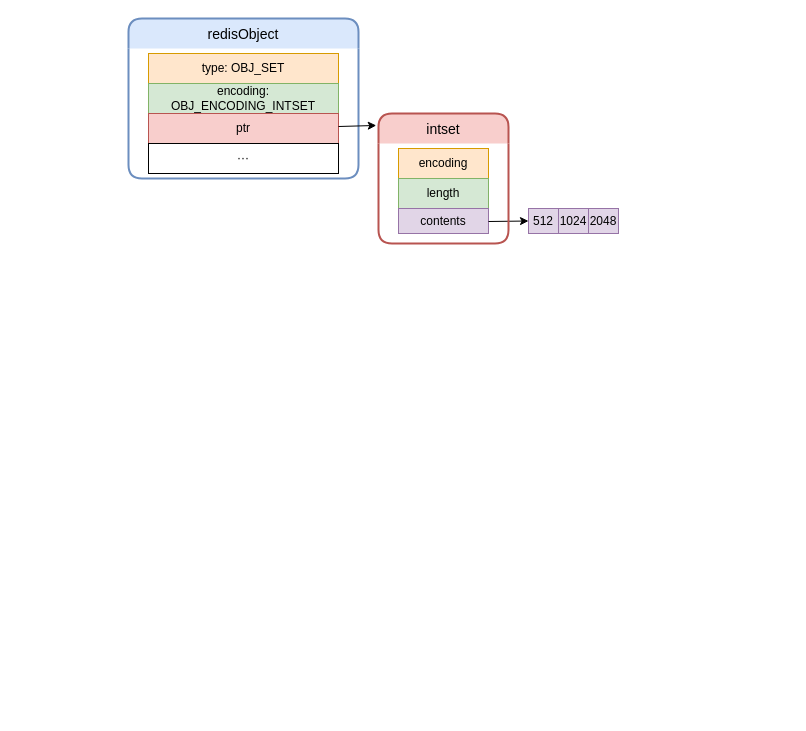
Before: redis_set.drawio in yang00-74/flowchart, a draw.io diagram. Source tidied: cells renumbered, new cells numbered last; positions are measured from the earlier drawing's top-left corner, leaving out a move shared by most shapes. Both pictures are drawn from the tidied source at 100%, with x=0, y=0 at pixel (128, 18).
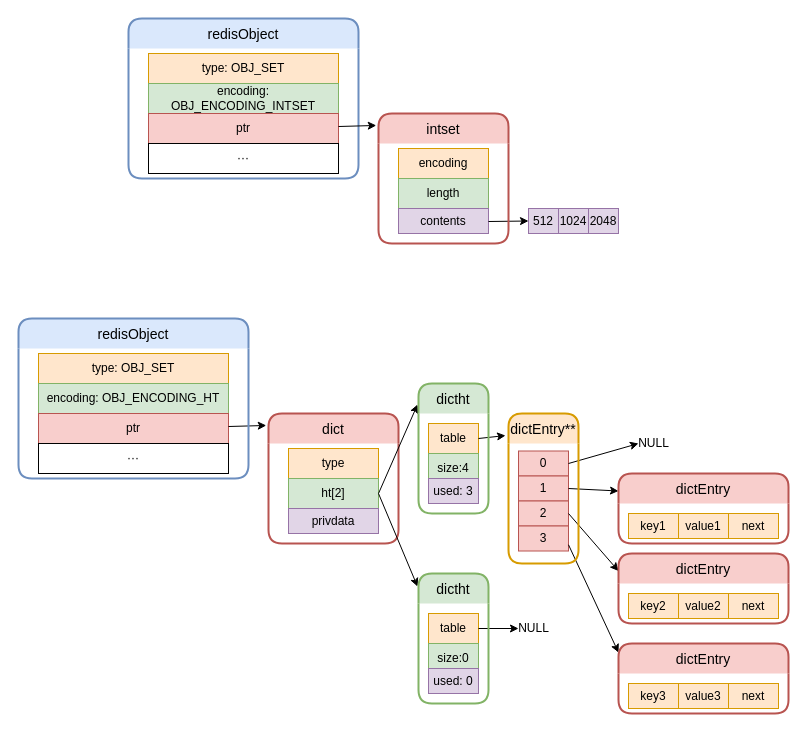
The same diagram, later.

What changed in the source:
```diff
@@
+    <mxCell id="16" value="type: OBJ_SET" style="whiteSpace=wrap;html=1;align=center;fillColor=#ffe6cc;strokeColor=#d79b00;" parent="1" vertex="1">
+      <mxGeometry x="-90" y="335" width="190" height="30" as="geometry" />
+    </mxCell>
+    <mxCell id="17" value="encoding: OBJ_ENCODING_HT" style="whiteSpace=wrap;html=1;align=center;fillColor=#d5e8d4;strokeColor=#82b366;" parent="1" vertex="1">
+      <mxGeometry x="-90" y="365" width="190" height="30" as="geometry" />
+    </mxCell>
+    <mxCell id="18" value="ptr" style="whiteSpace=wrap;html=1;align=center;fillColor=#f8cecc;strokeColor=#b85450;" parent="1" vertex="1">
+      <mxGeometry x="-90" y="395" width="190" height="30" as="geometry" />
+    </mxCell>
+    <mxCell id="19" value="···" style="whiteSpace=wrap;html=1;align=center;" parent="1" vertex="1">
+      <mxGeometry x="-90" y="425" width="190" height="30" as="geometry" />
+    </mxCell>
+    <mxCell id="20" style="endArrow=classic;html=1;entryX=-0.017;entryY=0.092;entryDx=0;entryDy=0;entryPerimeter=0;" parent="1" edge="1" target="35">
+      <mxGeometry relative="1" as="geometry">
+        <mxPoint x="100" y="408" as="sourcePoint" />
+      </mxGeometry>
+    </mxCell>
+    <mxCell id="21" value="type" style="whiteSpace=wrap;html=1;align=center;fillColor=#ffe6cc;strokeColor=#d79b00;" parent="1" vertex="1">
+      <mxGeometry x="160" y="430" width="90" height="30" as="geometry" />
+    </mxCell>
+    <mxCell id="22" value="ht[2]" style="whiteSpace=wrap;html=1;align=center;fillColor=#d5e8d4;strokeColor=#82b366;" parent="1" vertex="1">
+      <mxGeometry x="160" y="460" width="90" height="30" as="geometry" />
+    </mxCell>
+    <mxCell id="23" value="privdata" style="whiteSpace=wrap;html=1;align=center;fillColor=#e1d5e7;strokeColor=#9673a6;" parent="1" vertex="1">
+      <mxGeometry x="160" y="490" width="90" height="25" as="geometry" />
+    </mxCell>
+    <mxCell id="24" value="table" style="whiteSpace=wrap;html=1;align=center;fillColor=#ffe6cc;strokeColor=#d79b00;" parent="1" vertex="1">
+      <mxGeometry x="300" y="405" width="50" height="30" as="geometry" />
+    </mxCell>
+    <mxCell id="25" value="size:4" style="whiteSpace=wrap;html=1;align=center;fillColor=#d5e8d4;strokeColor=#82b366;" parent="1" vertex="1">
+      <mxGeometry x="300" y="435" width="50" height="30" as="geometry" />
+    </mxCell>
+    <mxCell id="26" value="used: 3" style="whiteSpace=wrap;html=1;align=center;fillColor=#e1d5e7;strokeColor=#9673a6;" parent="1" vertex="1">
+      <mxGeometry x="300" y="460" width="50" height="25" as="geometry" />
+    </mxCell>
+    <mxCell id="27" value="0" style="whiteSpace=wrap;html=1;align=center;fillColor=#f8cecc;strokeColor=#b85450;" parent="1" vertex="1">
+      <mxGeometry x="390" y="432.5" width="50" height="25" as="geometry" />
+    </mxCell>
+    <mxCell id="28" value="1" style="whiteSpace=wrap;html=1;align=center;fillColor=#f8cecc;strokeColor=#b85450;" parent="1" vertex="1">
+      <mxGeometry x="390" y="457.5" width="50" height="25" as="geometry" />
+    </mxCell>
+    <mxCell id="29" value="2" style="whiteSpace=wrap;html=1;align=center;fillColor=#f8cecc;strokeColor=#b85450;" parent="1" vertex="1">
+      <mxGeometry x="390" y="482.5" width="50" height="25" as="geometry" />
+    </mxCell>
+    <mxCell id="30" value="3" style="whiteSpace=wrap;html=1;align=center;fillColor=#f8cecc;strokeColor=#b85450;" parent="1" vertex="1">
+      <mxGeometry x="390" y="507.5" width="50" height="25" as="geometry" />
+    </mxCell>
+    <mxCell id="31" value="key1" style="whiteSpace=wrap;html=1;align=center;fillColor=#ffe6cc;strokeColor=#d79b00;" parent="1" vertex="1">
+      <mxGeometry x="500" y="495" width="50" height="25" as="geometry" />
+    </mxCell>
+    <mxCell id="32" value="value1" style="whiteSpace=wrap;html=1;align=center;fillColor=#ffe6cc;strokeColor=#d79b00;" parent="1" vertex="1">
+      <mxGeometry x="550" y="495" width="50" height="25" as="geometry" />
+    </mxCell>
+    <mxCell id="33" value="next" style="whiteSpace=wrap;html=1;align=center;fillColor=#ffe6cc;strokeColor=#d79b00;" parent="1" vertex="1">
+      <mxGeometry x="600" y="495" width="50" height="25" as="geometry" />
+    </mxCell>
+    <mxCell id="34" value="redisObject" style="swimlane;horizontal=1;startSize=30;rounded=1;fontSize=14;fontStyle=0;strokeWidth=2;shadow=0;dashed=0;align=center;swimlaneLine=0;fillColor=#dae8fc;strokeColor=#6c8ebf;" parent="1" vertex="1">
+      <mxGeometry x="-110" y="300" width="230" height="160" as="geometry" />
+    </mxCell>
+    <mxCell id="35" value="dict" style="swimlane;horizontal=1;startSize=30;rounded=1;fontSize=14;fontStyle=0;strokeWidth=2;shadow=0;dashed=0;align=center;swimlaneLine=0;fillColor=#f8cecc;strokeColor=#b85450;" parent="1" vertex="1">
+      <mxGeometry x="140" y="395" width="130" height="130" as="geometry" />
+    </mxCell>
+    <mxCell id="36" style="endArrow=classic;html=1;exitX=1;exitY=0.5;exitDx=0;exitDy=0;entryX=-0.014;entryY=0.162;entryDx=0;entryDy=0;entryPerimeter=0;" parent="1" edge="1" source="22" target="55">
+      <mxGeometry relative="1" as="geometry" />
+    </mxCell>
+    <mxCell id="37" value="table" style="whiteSpace=wrap;html=1;align=center;fillColor=#ffe6cc;strokeColor=#d79b00;" parent="1" vertex="1">
+      <mxGeometry x="300" y="595" width="50" height="30" as="geometry" />
+    </mxCell>
+    <mxCell id="38" value="size:0" style="whiteSpace=wrap;html=1;align=center;fillColor=#d5e8d4;strokeColor=#82b366;" parent="1" vertex="1">
+      <mxGeometry x="300" y="625" width="50" height="30" as="geometry" />
+    </mxCell>
+    <mxCell id="39" value="used: 0" style="whiteSpace=wrap;html=1;align=center;fillColor=#e1d5e7;strokeColor=#9673a6;" parent="1" vertex="1">
+      <mxGeometry x="300" y="650" width="50" height="25" as="geometry" />
+    </mxCell>
+    <mxCell id="40" style="endArrow=classic;html=1;exitX=1;exitY=0.5;exitDx=0;exitDy=0;entryX=-0.014;entryY=0.1;entryDx=0;entryDy=0;entryPerimeter=0;" parent="1" edge="1" source="22" target="56">
+      <mxGeometry relative="1" as="geometry" />
+    </mxCell>
+    <mxCell id="41" style="endArrow=classic;html=1;exitX=1;exitY=0.5;exitDx=0;exitDy=0;" parent="1" edge="1" source="37">
+      <mxGeometry relative="1" as="geometry">
+        <mxPoint x="390" y="610" as="targetPoint" />
+      </mxGeometry>
+    </mxCell>
+    <mxCell id="42" value="NULL" style="text;html=1;align=center;verticalAlign=middle;" parent="1" vertex="1">
+      <mxGeometry x="380" y="600" width="50" height="20" as="geometry" />
+    </mxCell>
+    <mxCell id="43" style="endArrow=classic;html=1;exitX=1;exitY=0.5;exitDx=0;exitDy=0;entryX=-0.043;entryY=0.147;entryDx=0;entryDy=0;entryPerimeter=0;" parent="1" edge="1" source="24" target="57">
+      <mxGeometry relative="1" as="geometry" />
+    </mxCell>
+    <mxCell id="44" style="endArrow=classic;html=1;exitX=1;exitY=0.5;exitDx=0;exitDy=0;entryX=0;entryY=0.25;entryDx=0;entryDy=0;" parent="1" edge="1" source="28" target="58">
+      <mxGeometry relative="1" as="geometry" />
+    </mxCell>
+    <mxCell id="45" style="endArrow=classic;html=1;exitX=1;exitY=0.5;exitDx=0;exitDy=0;" parent="1" edge="1" source="27">
+      <mxGeometry relative="1" as="geometry">
+        <mxPoint x="510" y="425" as="targetPoint" />
+      </mxGeometry>
+    </mxCell>
+    <mxCell id="46" value="NULL" style="text;html=1;align=center;verticalAlign=middle;" parent="1" vertex="1">
+      <mxGeometry x="500" y="415" width="50" height="20" as="geometry" />
+    </mxCell>
+    <mxCell id="47" value="key3" style="whiteSpace=wrap;html=1;align=center;fillColor=#ffe6cc;strokeColor=#d79b00;" parent="1" vertex="1">
+      <mxGeometry x="500" y="665" width="50" height="25" as="geometry" />
+    </mxCell>
+    <mxCell id="48" value="value3" style="whiteSpace=wrap;html=1;align=center;fillColor=#ffe6cc;strokeColor=#d79b00;" parent="1" vertex="1">
+      <mxGeometry x="550" y="665" width="50" height="25" as="geometry" />
+    </mxCell>
+    <mxCell id="49" value="next" style="whiteSpace=wrap;html=1;align=center;fillColor=#ffe6cc;strokeColor=#d79b00;" parent="1" vertex="1">
+      <mxGeometry x="600" y="665" width="50" height="25" as="geometry" />
+    </mxCell>
+    <mxCell id="50" value="key2" style="whiteSpace=wrap;html=1;align=center;fillColor=#ffe6cc;strokeColor=#d79b00;" parent="1" vertex="1">
+      <mxGeometry x="500" y="575" width="50" height="25" as="geometry" />
+    </mxCell>
+    <mxCell id="51" value="value2" style="whiteSpace=wrap;html=1;align=center;fillColor=#ffe6cc;strokeColor=#d79b00;" parent="1" vertex="1">
+      <mxGeometry x="550" y="575" width="50" height="25" as="geometry" />
+    </mxCell>
+    <mxCell id="52" value="next" style="whiteSpace=wrap;html=1;align=center;fillColor=#ffe6cc;strokeColor=#d79b00;" parent="1" vertex="1">
+      <mxGeometry x="600" y="575" width="50" height="25" as="geometry" />
+    </mxCell>
+    <mxCell id="53" style="endArrow=classic;html=1;exitX=1;exitY=0.5;exitDx=0;exitDy=0;entryX=0;entryY=0.25;entryDx=0;entryDy=0;" parent="1" edge="1" source="29" target="60">
+      <mxGeometry relative="1" as="geometry" />
+    </mxCell>
+    <mxCell id="54" style="endArrow=classic;html=1;exitX=1;exitY=0.75;exitDx=0;exitDy=0;entryX=0;entryY=0.129;entryDx=0;entryDy=0;entryPerimeter=0;" parent="1" edge="1" source="30" target="59">
+      <mxGeometry relative="1" as="geometry" />
+    </mxCell>
+    <mxCell id="55" value="dictht" style="swimlane;horizontal=1;startSize=30;rounded=1;fontSize=14;fontStyle=0;strokeWidth=2;shadow=0;dashed=0;align=center;swimlaneLine=0;fillColor=#d5e8d4;strokeColor=#82b366;" parent="1" vertex="1">
+      <mxGeometry x="290" y="365" width="70" height="130" as="geometry" />
+    </mxCell>
+    <mxCell id="56" value="dictht" style="swimlane;horizontal=1;startSize=30;rounded=1;fontSize=14;fontStyle=0;strokeWidth=2;shadow=0;dashed=0;align=center;swimlaneLine=0;fillColor=#d5e8d4;strokeColor=#82b366;" parent="1" vertex="1">
+      <mxGeometry x="290" y="555" width="70" height="130" as="geometry" />
+    </mxCell>
+    <mxCell id="57" value="dictEntry**" style="swimlane;horizontal=1;startSize=30;rounded=1;fontSize=14;fontStyle=0;strokeWidth=2;shadow=0;dashed=0;align=center;swimlaneLine=0;fillColor=#ffe6cc;strokeColor=#d79b00;" parent="1" vertex="1">
+      <mxGeometry x="380" y="395" width="70" height="150" as="geometry" />
+    </mxCell>
+    <mxCell id="58" value="dictEntry" style="swimlane;horizontal=1;startSize=30;rounded=1;fontSize=14;fontStyle=0;strokeWidth=2;shadow=0;dashed=0;align=center;swimlaneLine=0;fillColor=#f8cecc;strokeColor=#b85450;" parent="1" vertex="1">
+      <mxGeometry x="490" y="455" width="170" height="70" as="geometry" />
+    </mxCell>
+    <mxCell id="59" value="dictEntry" style="swimlane;horizontal=1;startSize=30;rounded=1;fontSize=14;fontStyle=0;strokeWidth=2;shadow=0;dashed=0;align=center;swimlaneLine=0;fillColor=#f8cecc;strokeColor=#b85450;" parent="1" vertex="1">
+      <mxGeometry x="490" y="625" width="170" height="70" as="geometry" />
+    </mxCell>
+    <mxCell id="60" value="dictEntry" style="swimlane;horizontal=1;startSize=30;rounded=1;fontSize=14;fontStyle=0;strokeWidth=2;shadow=0;dashed=0;align=center;swimlaneLine=0;fillColor=#f8cecc;strokeColor=#b85450;" parent="1" vertex="1">
+      <mxGeometry x="490" y="535" width="170" height="70" as="geometry" />
+    </mxCell>
```
